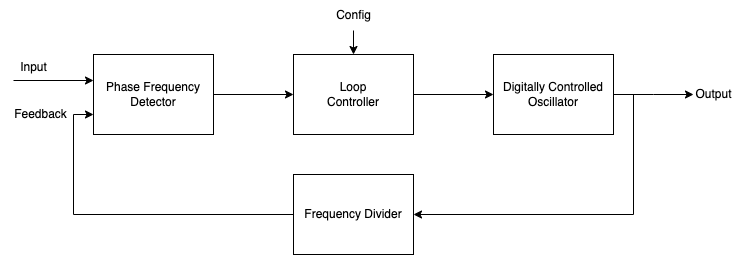
The draw.io diagram doc/rst/images/PLL_block_diagram.png in xmos/lib_sw_pll, before a commit. Source tidied: cells renumbered, new cells last; positions are measured from the earlier drawing's top-left corner, leaving out a move shared by most shapes.
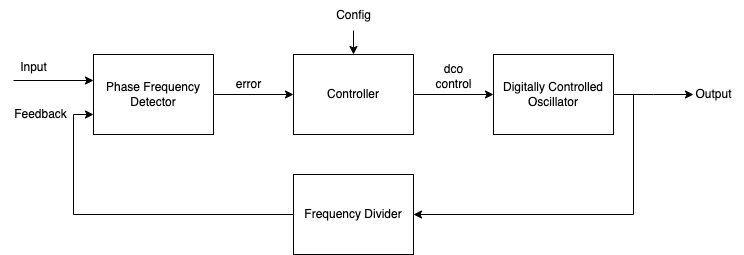
After the commit.

Diff of the diagram source:
```diff
@@ -20,7 +20,7 @@
     <mxCell id="6" style="edgeStyle=orthogonalEdgeStyle;rounded=0;jettySize=auto;html=1;exitX=0.5;exitY=0;exitDx=0;exitDy=0;startArrow=classic;startFill=1;endArrow=none;endFill=0;" parent="1" edge="1" source="7" target="16">
       <mxGeometry relative="1" as="geometry" />
     </mxCell>
-    <mxCell id="7" value="Loop&lt;br&gt;Controller" style="rounded=0;whiteSpace=wrap;html=1;" parent="1" vertex="1">
+    <mxCell id="7" value="Controller" style="rounded=0;whiteSpace=wrap;html=1;" parent="1" vertex="1">
       <mxGeometry x="293" y="54" width="120" height="80" as="geometry" />
     </mxCell>
     <mxCell id="8" style="edgeStyle=orthogonalEdgeStyle;rounded=0;jettySize=auto;html=1;exitX=1;exitY=0.5;exitDx=0;exitDy=0;entryX=1;entryY=0.5;entryDx=0;entryDy=0;" parent="1" edge="1" source="10" target="12">
@@ -52,5 +52,11 @@
     <mxCell id="16" value="Config" style="text;html=1;align=center;verticalAlign=middle;points=[];strokeColor=none;fillColor=none;" parent="1" vertex="1">
       <mxGeometry x="323" width="60" height="30" as="geometry" />
     </mxCell>
+    <mxCell id="17" value="error" style="text;html=1;align=center;verticalAlign=middle;strokeColor=none;fillColor=none;" parent="1" vertex="1">
+      <mxGeometry x="223" y="69" width="50" height="30" as="geometry" />
+    </mxCell>
+    <mxCell id="18" value="dco&lt;br&gt;control" style="text;html=1;align=center;verticalAlign=middle;strokeColor=none;fillColor=none;" parent="1" vertex="1">
+      <mxGeometry x="423" y="56" width="60" height="40" as="geometry" />
+    </mxCell>
   </root>
 </mxGraphModel>
```
